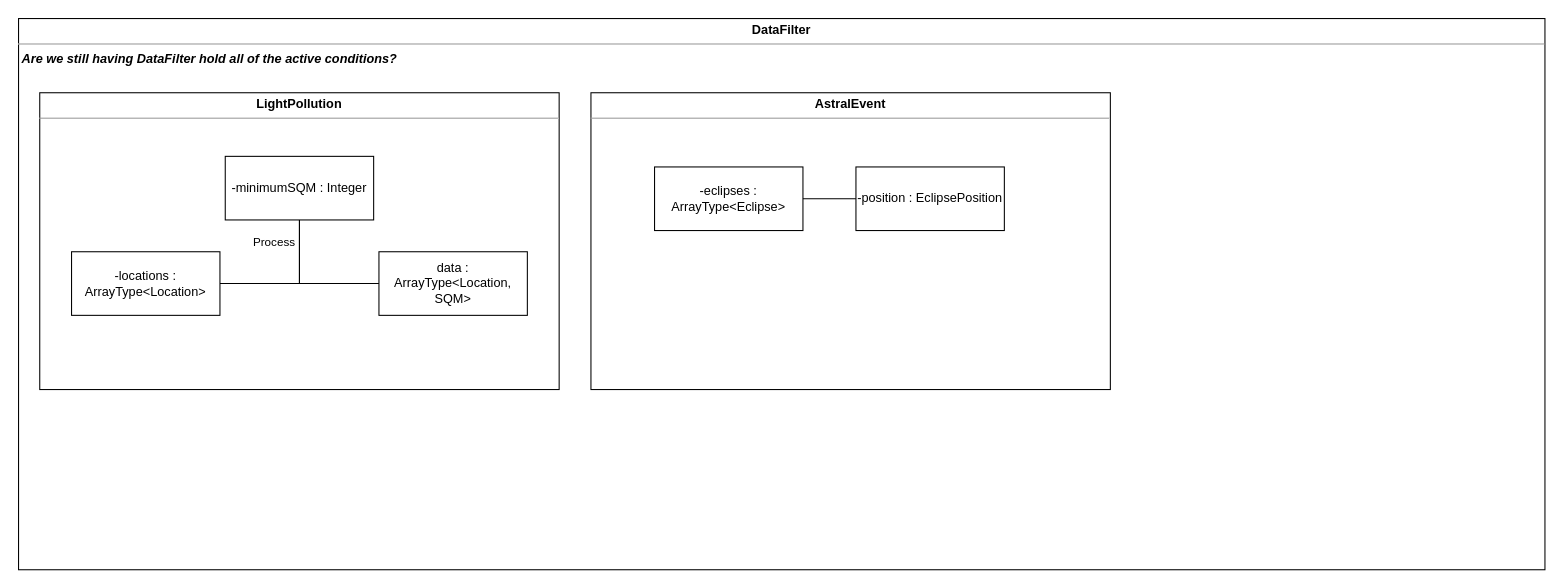
Above: UML/DrawIO/CompositeStructureDiagram.drawio in ALEEF02/PrecisionLocationProcessor (draw.io), before the change. Source tidied: cells renumbered, new cells numbered last; positions are measured from the earlier drawing's top-left corner, leaving out a move shared by most shapes. Both pictures are drawn from the tidied source at 106%, with x=0, y=0 at pixel (18, 18).
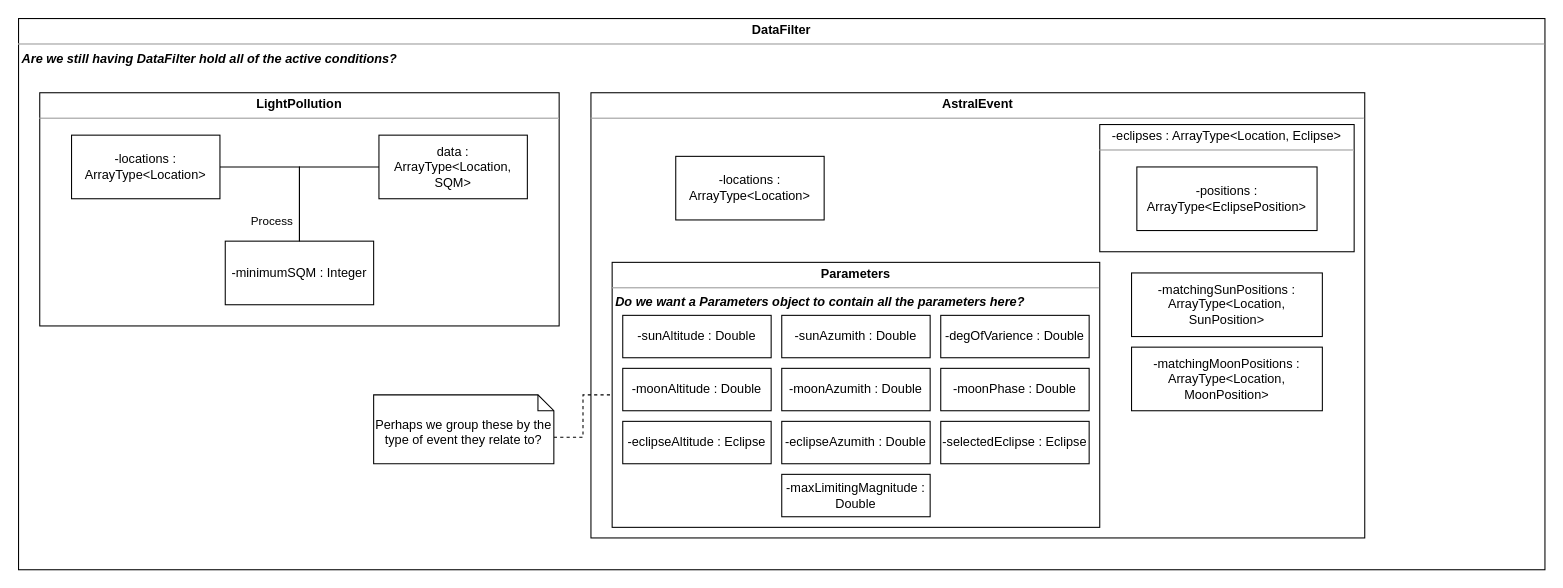
Above is the later version.

The edit, as a diff of the source:
```diff
@@
     <mxCell id="3" value="&lt;p style=&quot;margin:0px;margin-top:4px;text-align:center;&quot;&gt;&lt;b&gt;LightPollution&lt;/b&gt;&lt;/p&gt;&lt;hr size=&quot;1&quot;&gt;&lt;div style=&quot;height:2px;&quot;&gt;&lt;br&gt;&lt;/div&gt;" style="verticalAlign=top;align=left;overflow=fill;fontSize=12;fontFamily=Helvetica;html=1;whiteSpace=wrap;" parent="1" vertex="1">
-      <mxGeometry x="20" y="70" width="490" height="280" as="geometry" />
+      <mxGeometry x="20" y="70" width="490" height="220" as="geometry" />
     </mxCell>
     <mxCell id="4" value="-minimumSQM : Integer" style="html=1;whiteSpace=wrap;" parent="1" vertex="1">
-      <mxGeometry x="195" y="130" width="140" height="60" as="geometry" />
+      <mxGeometry x="195" y="210" width="140" height="60" as="geometry" />
     </mxCell>
-    <mxCell id="5" style="edgeStyle=orthogonalEdgeStyle;rounded=0;jettySize=auto;html=1;exitX=1;exitY=0.5;exitDx=0;exitDy=0;entryX=0.5;entryY=1;entryDx=0;entryDy=0;endArrow=none;endFill=0;" parent="1" edge="1" source="6" target="4">
+    <mxCell id="5" style="edgeStyle=orthogonalEdgeStyle;rounded=0;jettySize=auto;html=1;exitX=1;exitY=0.5;exitDx=0;exitDy=0;entryX=0.5;entryY=0;entryDx=0;entryDy=0;endArrow=none;endFill=0;" parent="1" edge="1" source="6" target="4">
       <mxGeometry relative="1" as="geometry" />
     </mxCell>
     <mxCell id="6" value="-locations : ArrayType&amp;lt;Location&amp;gt;" style="html=1;whiteSpace=wrap;" parent="1" vertex="1">
-      <mxGeometry x="50" y="220" width="140" height="60" as="geometry" />
+      <mxGeometry x="50" y="110" width="140" height="60" as="geometry" />
     </mxCell>
-    <mxCell id="7" style="edgeStyle=orthogonalEdgeStyle;rounded=0;jettySize=auto;html=1;exitX=0;exitY=0.5;exitDx=0;exitDy=0;entryX=0.5;entryY=1;entryDx=0;entryDy=0;endArrow=none;endFill=0;" parent="1" edge="1" source="9" target="4">
+    <mxCell id="7" style="edgeStyle=orthogonalEdgeStyle;rounded=0;jettySize=auto;html=1;exitX=0;exitY=0.5;exitDx=0;exitDy=0;entryX=0.5;entryY=0;entryDx=0;entryDy=0;endArrow=none;endFill=0;" parent="1" edge="1" source="9" target="4">
       <mxGeometry relative="1" as="geometry" />
     </mxCell>
     <mxCell id="8" value="Process" style="edgeLabel;html=1;align=center;verticalAlign=middle;" parent="7" vertex="1">
       <mxGeometry x="0.35" y="-1" relative="1" as="geometry">
-        <mxPoint x="-26" y="-24" as="offset" />
+        <mxPoint x="-26" y="27" as="offset" />
       </mxGeometry>
     </mxCell>
     <mxCell id="9" value="&lt;div&gt;data : ArrayType&amp;lt;Location, SQM&amp;gt;&lt;/div&gt;" style="html=1;whiteSpace=wrap;" parent="1" vertex="1">
-      <mxGeometry x="340" y="220" width="140" height="60" as="geometry" />
+      <mxGeometry x="340" y="110" width="140" height="60" as="geometry" />
     </mxCell>
     <mxCell id="10" value="&lt;p style=&quot;margin:0px;margin-top:4px;text-align:center;&quot;&gt;&lt;b&gt;AstralEvent&lt;/b&gt;&lt;/p&gt;&lt;hr size=&quot;1&quot;&gt;&lt;div style=&quot;height:2px;&quot;&gt;&lt;br&gt;&lt;/div&gt;" style="verticalAlign=top;align=left;overflow=fill;fontSize=12;fontFamily=Helvetica;html=1;whiteSpace=wrap;" parent="1" vertex="1">
-      <mxGeometry x="540" y="70" width="490" height="280" as="geometry" />
+      <mxGeometry x="540" y="70" width="730" height="420" as="geometry" />
     </mxCell>
-    <mxCell id="11" value="&lt;div&gt;-eclipses : ArrayType&amp;lt;Eclipse&amp;gt;&lt;/div&gt;" style="html=1;whiteSpace=wrap;" parent="1" vertex="1">
-      <mxGeometry x="600" y="140" width="140" height="60" as="geometry" />
-    </mxCell>
-    <mxCell id="12" style="edgeStyle=orthogonalEdgeStyle;rounded=0;jettySize=auto;html=1;endArrow=none;endFill=0;" parent="1" edge="1" source="13" target="11">
-      <mxGeometry relative="1" as="geometry" />
-    </mxCell>
+    <mxCell id="14" value="&lt;p style=&quot;margin:0px;margin-top:4px;text-align:center;&quot;&gt;-eclipses : ArrayType&amp;lt;Location, Eclipse&amp;gt;&lt;/p&gt;&lt;hr size=&quot;1&quot;&gt;&lt;div style=&quot;height:2px;&quot;&gt;&lt;br&gt;&lt;/div&gt;" style="verticalAlign=top;align=left;overflow=fill;fontSize=12;fontFamily=Helvetica;html=1;whiteSpace=wrap;" parent="1" vertex="1">
+      <mxGeometry x="1020" y="100" width="240" height="120" as="geometry" />
+    </mxCell>
-    <mxCell id="13" value="&lt;div&gt;-position : EclipsePosition&lt;/div&gt;" style="html=1;whiteSpace=wrap;" parent="1" vertex="1">
-      <mxGeometry x="790" y="140" width="140" height="60" as="geometry" />
+    <mxCell id="13" value="&lt;div&gt;-positions : ArrayType&amp;lt;EclipsePosition&amp;gt;&lt;/div&gt;" style="html=1;whiteSpace=wrap;" parent="1" vertex="1">
+      <mxGeometry x="1055" y="140" width="170" height="60" as="geometry" />
     </mxCell>
+    <mxCell id="15" value="&lt;div&gt;-matchingSunPositions : ArrayType&amp;lt;Location, SunPosition&amp;gt;&lt;/div&gt;" style="html=1;whiteSpace=wrap;" parent="1" vertex="1">
+      <mxGeometry x="1050" y="240" width="180" height="60" as="geometry" />
+    </mxCell>
+    <mxCell id="16" value="&lt;div&gt;-matchingMoonPositions : ArrayType&amp;lt;Location, MoonPosition&amp;gt;&lt;/div&gt;" style="html=1;whiteSpace=wrap;" parent="1" vertex="1">
+      <mxGeometry x="1050" y="310" width="180" height="60" as="geometry" />
+    </mxCell>
+    <mxCell id="17" value="-locations : ArrayType&amp;lt;Location&amp;gt;" style="html=1;whiteSpace=wrap;" parent="1" vertex="1">
+      <mxGeometry x="620" y="130" width="140" height="60" as="geometry" />
+    </mxCell>
+    <mxCell id="18" value="&lt;p style=&quot;margin:0px;margin-top:4px;text-align:center;&quot;&gt;&lt;b&gt;Parameters&lt;/b&gt;&lt;/p&gt;&lt;hr size=&quot;1&quot;&gt;&lt;div style=&quot;height:2px;&quot;&gt;&amp;nbsp;&lt;b&gt;&lt;i&gt;Do we want a Parameters object to contain all the parameters here?&lt;/i&gt;&lt;/b&gt;&lt;/div&gt;" style="verticalAlign=top;align=left;overflow=fill;fontSize=12;fontFamily=Helvetica;html=1;whiteSpace=wrap;" parent="1" vertex="1">
+      <mxGeometry x="560" y="230" width="460" height="250" as="geometry" />
+    </mxCell>
+    <mxCell id="19" value="-sunAltitude : Double" style="html=1;whiteSpace=wrap;" parent="1" vertex="1">
+      <mxGeometry x="570" y="280" width="140" height="40" as="geometry" />
+    </mxCell>
+    <mxCell id="20" value="-sunAzumith : Double" style="html=1;whiteSpace=wrap;" parent="1" vertex="1">
+      <mxGeometry x="720" y="280" width="140" height="40" as="geometry" />
+    </mxCell>
+    <mxCell id="21" value="-moonAltitude : Double" style="html=1;whiteSpace=wrap;" parent="1" vertex="1">
+      <mxGeometry x="570" y="330" width="140" height="40" as="geometry" />
+    </mxCell>
+    <mxCell id="22" value="-moonAzumith : Double" style="html=1;whiteSpace=wrap;" parent="1" vertex="1">
+      <mxGeometry x="720" y="330" width="140" height="40" as="geometry" />
+    </mxCell>
+    <mxCell id="23" value="-degOfVarience : Double" style="html=1;whiteSpace=wrap;" parent="1" vertex="1">
+      <mxGeometry x="870" y="280" width="140" height="40" as="geometry" />
+    </mxCell>
+    <mxCell id="24" value="-moonPhase : Double" style="html=1;whiteSpace=wrap;" parent="1" vertex="1">
+      <mxGeometry x="870" y="330" width="140" height="40" as="geometry" />
+    </mxCell>
+    <mxCell id="25" value="-selectedEclipse : Eclipse" style="html=1;whiteSpace=wrap;" parent="1" vertex="1">
+      <mxGeometry x="870" y="380" width="140" height="40" as="geometry" />
+    </mxCell>
+    <mxCell id="26" value="-eclipseAltitude : Eclipse" style="html=1;whiteSpace=wrap;" parent="1" vertex="1">
+      <mxGeometry x="570" y="380" width="140" height="40" as="geometry" />
+    </mxCell>
+    <mxCell id="27" value="-eclipseAzumith : Double" style="html=1;whiteSpace=wrap;" parent="1" vertex="1">
+      <mxGeometry x="720" y="380" width="140" height="40" as="geometry" />
+    </mxCell>
+    <mxCell id="28" style="edgeStyle=orthogonalEdgeStyle;rounded=0;jettySize=auto;html=1;exitX=0;exitY=0;exitDx=170;exitDy=40;exitPerimeter=0;entryX=0;entryY=0.5;entryDx=0;entryDy=0;dashed=1;endArrow=none;endFill=0;" parent="1" edge="1" source="29" target="18">
+      <mxGeometry relative="1" as="geometry" />
+    </mxCell>
+    <mxCell id="29" value="Perhaps we group these by the type of event they relate to?" style="shape=note2;boundedLbl=1;whiteSpace=wrap;html=1;size=15;verticalAlign=top;align=center;" parent="1" vertex="1">
+      <mxGeometry x="335" y="355" width="170" height="65" as="geometry" />
+    </mxCell>
+    <mxCell id="30" value="-maxLimitingMagnitude : Double" style="html=1;whiteSpace=wrap;" parent="1" vertex="1">
+      <mxGeometry x="720" y="430" width="140" height="40" as="geometry" />
+    </mxCell>
```
